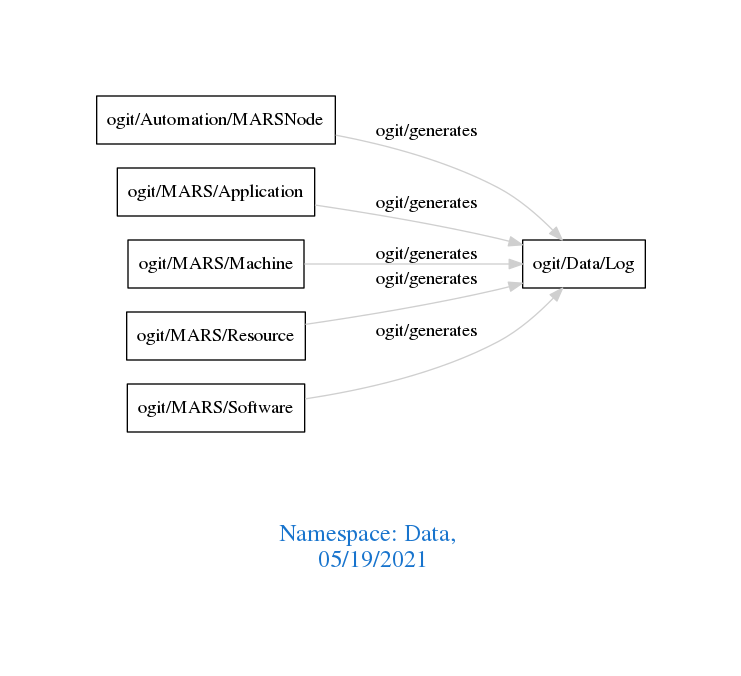
The Graphviz diagram downloads/Data.png in arago/OGIT, before a commit. Its source is kept beside it as downloads/Data.dot.
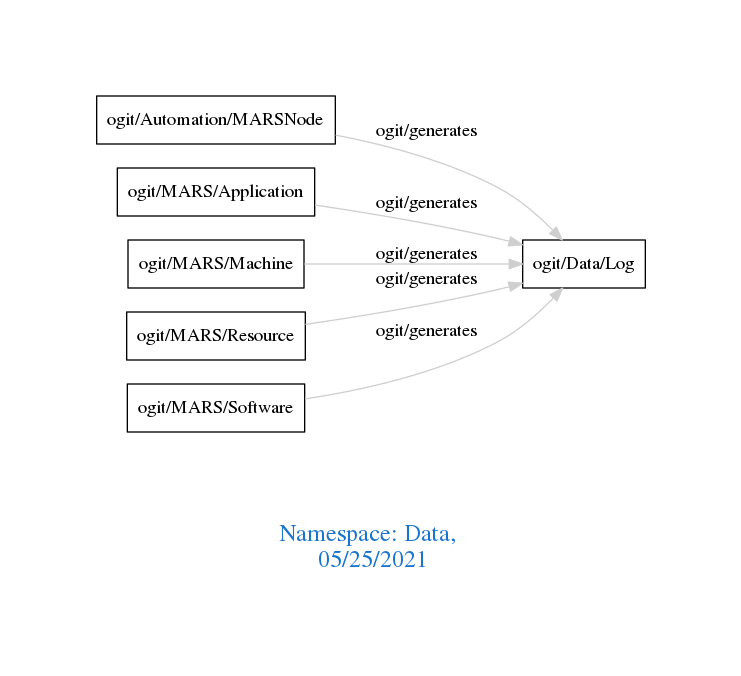
The same diagram one commit later.

What changed in the source:
```diff
@@ -1,7 +1,7 @@
 digraph OGIT_ontology {
  graph [ rankdir= LR,pad=1
 fontsize = 18,
-fontcolor= dodgerblue3,label = "\n\n\nNamespace: Data, \n 05/19/2021"];
+fontcolor= dodgerblue3,label = "\n\n\nNamespace: Data, \n 05/25/2021"];
 node[shape=polygon];
 edge [  color="gray81"];
 
```
